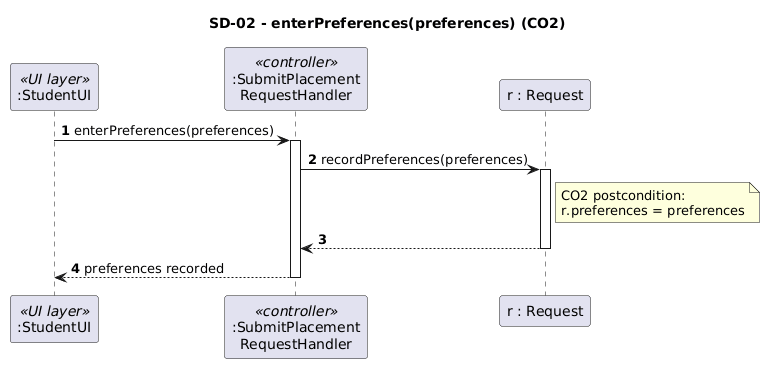
This is CA2/diagrams/UC01-SD-02-enterPreferences.png from dan-1379/OOAD-CA1-Analysis, a PlantUML export, as it was before one commit. Its diagram source:
```plantuml
@startuml
title SD-02 - enterPreferences(preferences) (CO2)

skinparam sequenceMessageAlign left
autonumber

participant ":StudentUI" as UI <<UI layer>>
participant ":SubmitPlacement\nRequestHandler" as H <<controller>>
participant "r : Request" as R

UI -> H : enterPreferences(preferences)
activate H
H -> R : recordPreferences(preferences)
activate R
note right of R
  CO2 postcondition:
  r.preferences = preferences
end note
R --> H
deactivate R
H --> UI : preferences recorded
deactivate H
@enduml
```
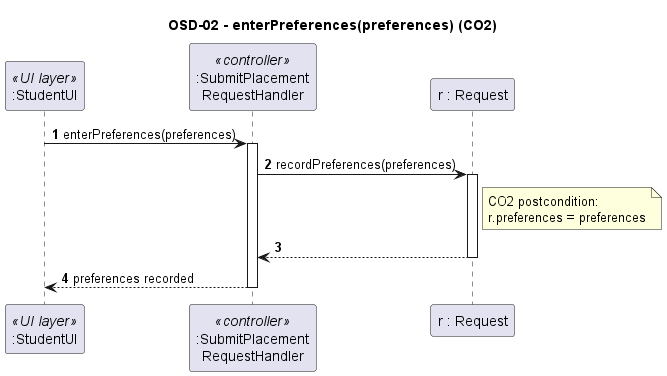
The same diagram one commit later.

The edit, as a diff of the source:
```diff
@@ -1,5 +1,5 @@
-@startuml
-title SD-02 - enterPreferences(preferences) (CO2)
+@startuml sd-02-enter-preferences
+title OSD-02 - enterPreferences(preferences) (CO2)
 
 skinparam sequenceMessageAlign left
 autonumber
```
